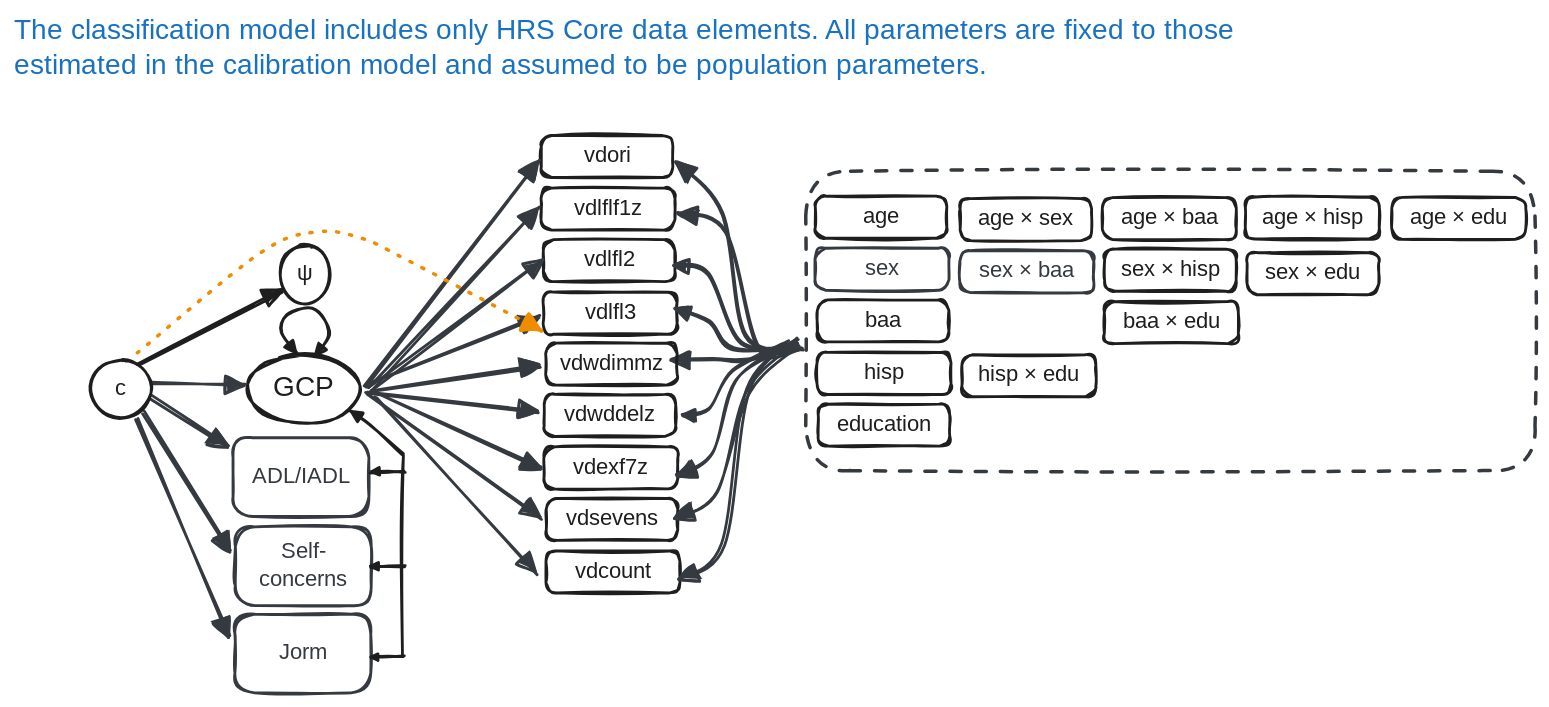
Before: R/excalidraw/PMM-012-Classification_Model.excalidraw.svg, a diagram exported from Excalidraw (dougtommet/HRS_cog_classification). Source tidied: one line per element, renumbered; positions are measured from the earlier drawing's top-left corner, leaving out a move shared by most shapes.
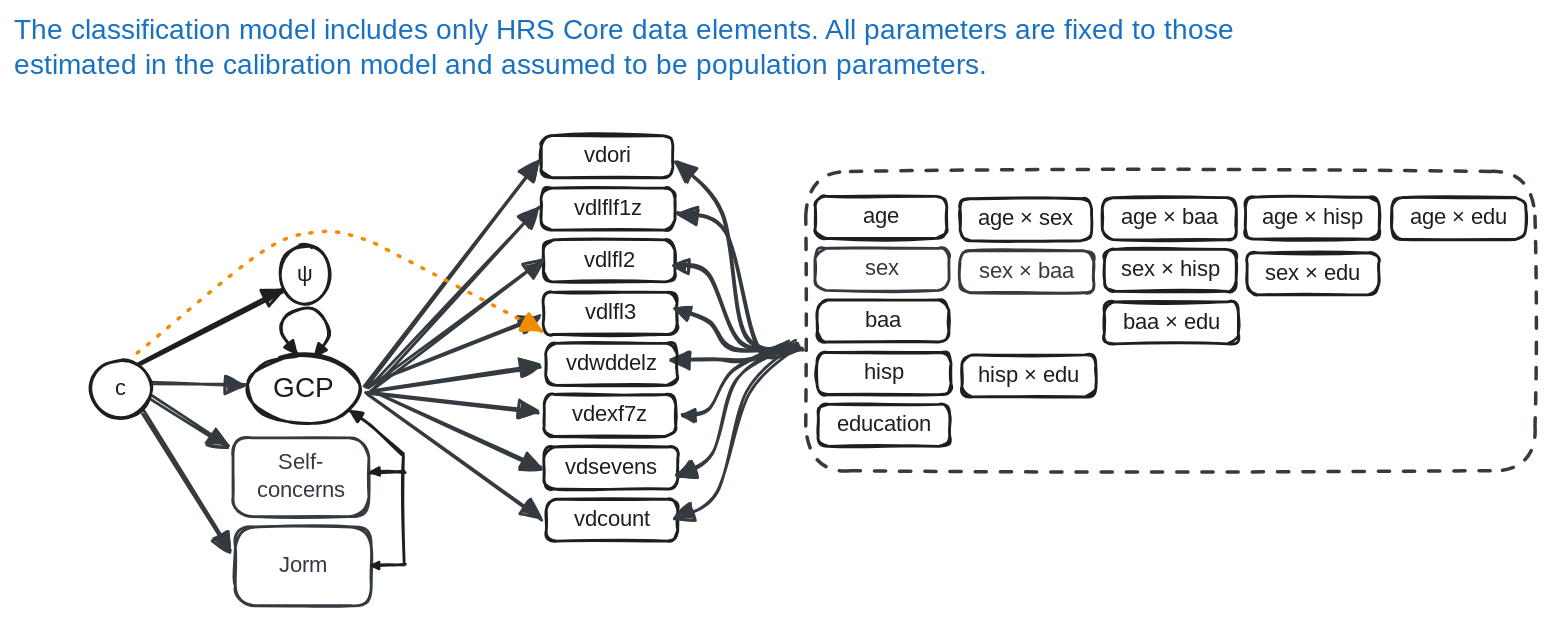
The same file after the commit.

Diff of the diagram source:
```diff
@@ -5,7 +5,7 @@
 {"id": 4, "type": "rectangle", "strokeColor": "#1e1e1e", "strokeWidth": 2, "roughness": 1, "round": true, "x": 572, "y": 130, "width": 94, "height": 30}
 {"id": 5, "type": "text", "text": "age", "strokeColor": "#1e1e1e", "strokeWidth": 2, "roughness": 1, "fontSize": 16, "fontFamily": 5, "textAlign": "center", "verticalAlign": "middle", "inside": 4, "x": 608, "y": 135, "width": 22, "height": 20}
 {"id": 6, "type": "rectangle", "strokeColor": "#1e1e1e", "strokeWidth": 2, "roughness": 1, "round": true, "x": 379, "y": 272, "width": 94, "height": 30}
-{"id": 7, "type": "text", "text": "vdwddelz", "strokeColor": "#1e1e1e", "strokeWidth": 2, "roughness": 1, "fontSize": 16, "fontFamily": 5, "textAlign": "center", "verticalAlign": "middle", "inside": 6, "x": 391, "y": 277, "width": 70, "height": 20}
+{"id": 7, "type": "text", "text": "vdexf7z", "strokeColor": "#1e1e1e", "strokeWidth": 2, "roughness": 1, "fontSize": 16, "fontFamily": 5, "textAlign": "center", "verticalAlign": "middle", "inside": 6, "x": 395, "y": 277, "width": 62, "height": 20}
 {"id": 8, "type": "rectangle", "strokeColor": "#1e1e1e", "strokeWidth": 2, "roughness": 1, "round": true, "x": 574, "y": 279, "width": 94, "height": 30}
 {"id": 9, "type": "text", "text": "education", "strokeColor": "#1e1e1e", "strokeWidth": 2, "roughness": 1, "fontSize": 16, "fontFamily": 5, "textAlign": "center", "verticalAlign": "middle", "inside": 8, "x": 584, "y": 284, "width": 75, "height": 20}
 {"id": 10, "type": "rectangle", "strokeColor": "#1e1e1e", "strokeWidth": 2, "roughness": 1, "round": true, "x": 378, "y": 161, "width": 94, "height": 30}
@@ -13,19 +13,17 @@
 {"id": 12, "type": "rectangle", "strokeColor": "#1e1e1e", "strokeWidth": 2, "roughness": 1, "round": true, "x": 574, "y": 204, "width": 94, "height": 30}
 {"id": 13, "type": "text", "text": "baa", "strokeColor": "#1e1e1e", "strokeWidth": 2, "roughness": 1, "fontSize": 16, "fontFamily": 5, "textAlign": "center", "verticalAlign": "middle", "inside": 12, "x": 610, "y": 209, "width": 22, "height": 20}
 {"id": 14, "type": "rectangle", "strokeColor": "#1e1e1e", "strokeWidth": 2, "roughness": 1, "round": true, "x": 380, "y": 346, "width": 94, "height": 30}
-{"id": 15, "type": "text", "text": "vdsevens", "strokeColor": "#1e1e1e", "strokeWidth": 2, "roughness": 1, "fontSize": 16, "fontFamily": 5, "textAlign": "center", "verticalAlign": "middle", "inside": 14, "x": 392, "y": 351, "width": 69, "height": 20}
+{"id": 15, "type": "text", "text": "vdcount", "strokeColor": "#1e1e1e", "strokeWidth": 2, "roughness": 1, "fontSize": 16, "fontFamily": 5, "textAlign": "center", "verticalAlign": "middle", "inside": 14, "x": 396, "y": 351, "width": 62, "height": 20}
 {"id": 16, "type": "rectangle", "strokeColor": "#1e1e1e", "strokeWidth": 2, "roughness": 1, "round": true, "x": 376, "y": 124, "width": 96, "height": 30}
 {"id": 17, "type": "text", "text": "vdlflf1z", "strokeColor": "#1e1e1e", "strokeWidth": 2, "roughness": 1, "fontSize": 16, "fontFamily": 5, "textAlign": "center", "verticalAlign": "middle", "inside": 16, "x": 399, "y": 129, "width": 50, "height": 20}
 {"id": 18, "type": "rectangle", "strokeColor": "#343a40", "strokeWidth": 2, "roughness": 1, "round": true, "x": 572, "y": 167, "width": 96, "height": 30}
 {"id": 19, "type": "text", "text": "sex", "strokeColor": "#343a40", "strokeWidth": 2, "roughness": 1, "fontSize": 16, "fontFamily": 5, "textAlign": "center", "verticalAlign": "middle", "inside": 18, "x": 609, "y": 172, "width": 21, "height": 20}
 {"id": 20, "type": "rectangle", "strokeColor": "#1e1e1e", "strokeWidth": 2, "roughness": 1, "round": true, "x": 379, "y": 309, "width": 96, "height": 30}
-{"id": 21, "type": "text", "text": "vdexf7z", "strokeColor": "#1e1e1e", "strokeWidth": 2, "roughness": 1, "fontSize": 16, "fontFamily": 5, "textAlign": "center", "verticalAlign": "middle", "inside": 20, "x": 395, "y": 314, "width": 62, "height": 20}
+{"id": 21, "type": "text", "text": "vdsevens", "strokeColor": "#1e1e1e", "strokeWidth": 2, "roughness": 1, "fontSize": 16, "fontFamily": 5, "textAlign": "center", "verticalAlign": "middle", "inside": 20, "x": 392, "y": 314, "width": 69, "height": 20}
 {"id": 22, "type": "rectangle", "strokeColor": "#1e1e1e", "strokeWidth": 2, "roughness": 1, "round": true, "x": 378, "y": 199, "width": 96, "height": 30}
 {"id": 23, "type": "text", "text": "vdlfl3", "strokeColor": "#1e1e1e", "strokeWidth": 2, "roughness": 1, "fontSize": 16, "fontFamily": 5, "textAlign": "center", "verticalAlign": "middle", "inside": 22, "x": 407, "y": 204, "width": 37, "height": 20}
 {"id": 24, "type": "rectangle", "strokeColor": "#1e1e1e", "strokeWidth": 2, "roughness": 1, "round": true, "x": 574, "y": 242, "width": 96, "height": 30}
 {"id": 25, "type": "text", "text": "hisp", "strokeColor": "#1e1e1e", "strokeWidth": 2, "roughness": 1, "fontSize": 16, "fontFamily": 5, "textAlign": "center", "verticalAlign": "middle", "inside": 24, "x": 608, "y": 247, "width": 27, "height": 20}
-{"id": 26, "type": "rectangle", "strokeColor": "#1e1e1e", "strokeWidth": 2, "roughness": 1, "round": true, "x": 380, "y": 384, "width": 96, "height": 30}
-{"id": 27, "type": "text", "text": "vdcount", "strokeColor": "#1e1e1e", "strokeWidth": 2, "roughness": 1, "fontSize": 16, "fontFamily": 5, "textAlign": "center", "verticalAlign": "middle", "inside": 26, "x": 397, "y": 389, "width": 62, "height": 20}
 {"id": 28, "type": "rectangle", "strokeColor": "#1e1e1e", "strokeWidth": 2, "roughness": 1, "round": true, "x": 676, "y": 132, "width": 94, "height": 30}
 {"id": 29, "type": "text", "text": "age × sex", "strokeColor": "#1e1e1e", "strokeWidth": 2, "roughness": 1, "fontSize": 16, "fontFamily": 5, "textAlign": "center", "verticalAlign": "middle", "inside": 28, "x": 685, "y": 137, "width": 75, "height": 20}
 {"id": 30, "type": "rectangle", "strokeColor": "#1e1e1e", "strokeWidth": 2, "roughness": 1, "round": true, "x": 779, "y": 168, "width": 94, "height": 30}
@@ -50,20 +48,16 @@
 {"id": 49, "type": "arrow", "strokeColor": "#343a40", "strokeWidth": 2, "roughness": 1, "endArrowhead": "triangle", "round": true, "from": 0, "to": 6, "x": 254, "y": 271, "width": 120, "height": 13, "points": [[0, 0], [120, 13]]}
 {"id": 50, "type": "arrow", "strokeColor": "#343a40", "strokeWidth": 2, "roughness": 1, "endArrowhead": "triangle", "round": true, "to": 78, "x": 255, "y": 268, "width": 120, "height": 17, "points": [[0, 0], [120, -17]]}
 {"id": 51, "type": "arrow", "strokeColor": "#343a40", "strokeWidth": 2, "roughness": 1, "endArrowhead": "triangle", "round": true, "from": 0, "to": 20, "x": 257, "y": 269, "width": 119, "height": 55, "points": [[0, 0], [119, 55]]}
-{"id": 52, "type": "arrow", "strokeColor": "#343a40", "strokeWidth": 2, "roughness": 1, "endArrowhead": "triangle", "round": true, "from": 0, "to": 14, "x": 251, "y": 272, "width": 125, "height": 89, "points": [[0, 0], [125, 89]]}
+{"id": 52, "type": "arrow", "strokeColor": "#343a40", "strokeWidth": 2, "roughness": 1, "endArrowhead": "triangle", "round": true, "from": 0, "to": 14, "x": 251, "y": 272, "width": 126, "height": 89, "points": [[0, 0], [126, 89]]}
-{"id": 53, "type": "arrow", "strokeColor": "#343a40", "strokeWidth": 2, "roughness": 1, "endArrowhead": "triangle", "round": true, "from": 0, "to": 26, "x": 259, "y": 273, "width": 115, "height": 127, "points": [[0, 0], [115, 127]]}
 {"id": 54, "type": "rectangle", "strokeColor": "#343a40", "strokeWidth": 2, "roughness": 1, "round": true, "x": 158, "y": 366, "width": 97, "height": 56}
-{"id": 55, "type": "text", "text": "Self-\nconcerns", "strokeColor": "#343a40", "strokeWidth": 2, "roughness": 1, "fontSize": 16, "fontFamily": 5, "textAlign": "center", "verticalAlign": "middle", "inside": 54, "x": 173, "y": 374, "width": 66, "height": 40}
+{"id": 55, "type": "text", "text": "Jorm", "strokeColor": "#343a40", "strokeWidth": 2, "roughness": 1, "fontSize": 16, "fontFamily": 5, "textAlign": "center", "verticalAlign": "middle", "inside": 54, "x": 189, "y": 384, "width": 36, "height": 20}
 {"id": 56, "type": "rectangle", "strokeColor": "#343a40", "strokeWidth": 2, "roughness": 1, "round": true, "x": 156, "y": 303, "width": 97, "height": 56}
-{"id": 57, "type": "text", "text": "ADL/IADL", "strokeColor": "#343a40", "strokeWidth": 2, "roughness": 1, "fontSize": 16, "fontFamily": 5, "textAlign": "center", "verticalAlign": "middle", "inside": 56, "x": 167, "y": 321, "width": 76, "height": 20}
+{"id": 57, "type": "text", "text": "Self-\nconcerns", "strokeColor": "#343a40", "strokeWidth": 2, "roughness": 1, "fontSize": 16, "fontFamily": 5, "textAlign": "center", "verticalAlign": "middle", "inside": 56, "x": 172, "y": 311, "width": 66, "height": 40}
 {"id": 58, "type": "arrow", "strokeColor": "#343a40", "strokeWidth": 2, "roughness": 1, "endArrowhead": "triangle", "round": true, "from": 61, "to": 56, "x": 99, "y": 273, "width": 54, "height": 36, "points": [[0, 0], [54, 36]]}
 {"id": 59, "type": "arrow", "strokeColor": "#343a40", "strokeWidth": 2, "roughness": 1, "endArrowhead": "triangle", "round": true, "from": 61, "to": 54, "x": 92, "y": 284, "width": 61, "height": 99, "points": [[0, 0], [61, 99]]}
 {"id": 60, "type": "arrow", "strokeColor": "#343a40", "strokeWidth": 2, "roughness": 1, "endArrowhead": "triangle", "round": true, "from": 61, "to": 0, "x": 99, "y": 264, "width": 66, "height": 1, "points": [[0, 0], [66, 1]]}
 {"id": 61, "type": "ellipse", "strokeColor": "#1e1e1e", "strokeWidth": 2, "roughness": 1, "x": 54, "y": 247, "width": 44, "height": 42}
 {"id": 62, "type": "text", "text": "c", "strokeColor": "#1e1e1e", "strokeWidth": 2, "roughness": 1, "fontSize": 16, "fontFamily": 5, "textAlign": "center", "verticalAlign": "middle", "inside": 61, "x": 73, "y": 258, "width": 7, "height": 20}
-{"id": 63, "type": "rectangle", "strokeColor": "#343a40", "strokeWidth": 2, "roughness": 1, "round": true, "x": 158, "y": 429, "width": 97, "height": 56}
-{"id": 64, "type": "text", "text": "Jorm", "strokeColor": "#343a40", "strokeWidth": 2, "roughness": 1, "fontSize": 16, "fontFamily": 5, "textAlign": "center", "verticalAlign": "middle", "inside": 63, "x": 190, "y": 447, "width": 32, "height": 20}
-{"id": 65, "type": "arrow", "strokeColor": "#343a40", "strokeWidth": 2, "roughness": 1, "endArrowhead": "triangle", "round": true, "from": 61, "to": 63, "x": 88, "y": 289, "width": 66, "height": 155, "points": [[0, 0], [66, 155]]}
 {"id": 66, "type": "ellipse", "strokeColor": "#1e1e1e", "strokeWidth": 2, "roughness": 1, "x": 190, "y": 165, "width": 35, "height": 42}
 {"id": 67, "type": "text", "text": "ψ", "strokeColor": "#1e1e1e", "strokeWidth": 2, "roughness": 1, "fontSize": 16, "fontFamily": 5, "textAlign": "center", "verticalAlign": "middle", "inside": 66, "x": 202, "y": 176, "width": 12, "height": 20}
 {"id": 68, "type": "arrow", "strokeColor": "#1e1e1e", "strokeWidth": 2, "roughness": 1, "endArrowhead": "triangle", "round": true, "from": 61, "to": 66, "x": 89, "y": 250, "width": 101, "height": 52, "points": [[0, 0], [101, -52]]}
@@ -72,17 +66,15 @@
 {"id": 71, "type": "arrow", "strokeColor": "#343a40", "angle": 0.01, "strokeWidth": 2, "roughness": 1, "endArrowhead": "triangle", "round": true, "x": 560, "y": 236, "width": 87, "height": 57, "points": [[0, 0], [-41, -1], [-64, -51], [-87, -57]]}
 {"id": 72, "type": "arrow", "strokeColor": "#343a40", "angle": 0.08, "strokeWidth": 2, "roughness": 1, "endArrowhead": "triangle", "round": true, "x": 564, "y": 237, "width": 91, "height": 24, "points": [[0, 0], [-48, 2], [-68, -16], [-91, -22]]}
 {"id": 73, "type": "arrow", "strokeColor": "#343a40", "angle": 0.08, "strokeWidth": 2, "roughness": 1, "endArrowhead": "triangle", "round": true, "x": 559, "y": 237, "width": 88, "height": 14, "points": [[0, 0], [-38, 9], [-59, 12], [-88, 14]]}
-{"id": 74, "type": "arrow", "strokeColor": "#343a40", "strokeWidth": 2, "roughness": 1, "endArrowhead": "triangle", "round": true, "x": 559, "y": 232, "width": 84, "height": 172, "points": [[0, 0], [-35, 36], [-53, 147], [-84, 172]]}
 {"id": 75, "type": "arrow", "strokeColor": "#343a40", "strokeWidth": 2, "roughness": 1, "endArrowhead": "triangle", "round": true, "x": 560, "y": 236, "width": 87, "height": 124, "points": [[0, 0], [-36, 35], [-57, 106], [-87, 124]]}
 {"id": 76, "type": "arrow", "strokeColor": "#343a40", "strokeWidth": 2, "roughness": 1, "endArrowhead": "triangle", "round": true, "x": 560, "y": 233, "width": 87, "height": 96, "points": [[0, 0], [-42, 28], [-62, 80], [-87, 96]]}
 {"id": 77, "type": "arrow", "strokeColor": "#343a40", "strokeWidth": 2, "roughness": 1, "endArrowhead": "triangle", "round": true, "to": 6, "x": 554, "y": 235, "width": 77, "height": 51, "points": [[0, 0], [-41, 20], [-57, 47], [-77, 51]]}
 {"id": 78, "type": "rectangle", "strokeColor": "#1e1e1e", "strokeWidth": 2, "roughness": 1, "round": true, "x": 380, "y": 235, "width": 94, "height": 30}
-{"id": 79, "type": "text", "text": "vdwdimmz", "strokeColor": "#1e1e1e", "strokeWidth": 2, "roughness": 1, "fontSize": 16, "fontFamily": 5, "textAlign": "center", "verticalAlign": "middle", "inside": 78, "x": 391, "y": 240, "width": 72, "height": 20}
+{"id": 79, "type": "text", "text": "vdwddelz", "strokeColor": "#1e1e1e", "strokeWidth": 2, "roughness": 1, "fontSize": 16, "fontFamily": 5, "textAlign": "center", "verticalAlign": "middle", "inside": 78, "x": 392, "y": 240, "width": 70, "height": 20}
 {"id": 80, "type": "arrow", "strokeColor": "#1e1e1e", "angle": 4.74, "strokeWidth": 2, "roughness": 1, "startArrowhead": "triangle", "endArrowhead": "triangle", "round": true, "x": 193, "y": 221, "width": 34, "height": 34, "points": [[0, 0], [14, -11], [26, -8], [33, 8], [27, 18], [13, 23], [-2, 14]]}
 {"id": 81, "type": "arrow", "strokeColor": "#1e1e1e", "strokeWidth": 2, "roughness": 1, "endArrowhead": "triangle", "round": true, "to": 0, "x": 278, "y": 314, "width": 38, "height": 31, "points": [[0, 0], [-24, -21], [-38, -31]]}
-{"id": 82, "type": "line", "strokeColor": "#1e1e1e", "strokeWidth": 2, "roughness": 1, "x": 278, "y": 315, "width": 1, "height": 143, "points": [[0, 0], [-1, 143]]}
+{"id": 82, "type": "line", "strokeColor": "#1e1e1e", "strokeWidth": 2, "roughness": 1, "x": 278, "y": 315, "width": 1, "height": 77, "points": [[0, 0], [1, 77]]}
-{"id": 83, "type": "arrow", "strokeColor": "#1e1e1e", "strokeWidth": 2, "roughness": 1, "endArrowhead": "triangle", "round": true, "to": 63, "x": 278, "y": 459, "width": 23, "height": 0, "points": [[0, 0], [-11, 0], [-23, 0]]}
+{"id": 83, "type": "arrow", "strokeColor": "#1e1e1e", "strokeWidth": 2, "roughness": 1, "endArrowhead": "triangle", "round": true, "x": 279, "y": 394, "width": 23, "height": 0, "points": [[0, 0], [-11, 0], [-23, 0]]}
-{"id": 84, "type": "arrow", "strokeColor": "#1e1e1e", "strokeWidth": 2, "roughness": 1, "endArrowhead": "triangle", "round": true, "x": 279, "y": 395, "width": 24, "height": 1, "points": [[0, 0], [-11, 0], [-24, 1]]}
 {"id": 85, "type": "arrow", "strokeColor": "#1e1e1e", "strokeWidth": 2, "roughness": 1, "endArrowhead": "triangle", "round": true, "x": 279, "y": 327, "width": 24, "height": 1, "points": [[0, 0], [-11, 0], [-24, 1]]}
 {"id": 86, "type": "arrow", "strokeColor": "#f08c00", "strokeWidth": 2, "strokeStyle": "dotted", "roughness": 1, "endArrowhead": "triangle", "round": true, "from": 61, "to": 78, "x": 88, "y": 241, "width": 289, "height": 87, "points": [[0, 0], [88, -71], [129, -87], [159, -81], [192, -65], [289, -15]]}
 {"id": 87, "type": "text", "text": "The classification model includes only HRS Core data elements. All parameters are fixed to those\nestimated in the calibration model and assumed to be population parameters.", "strokeColor": "#1971c2", "strokeWidth": 2, "roughness": 1, "fontSize": 20, "fontFamily": 5, "x": 0, "y": 0, "width": 998, "height": 50}
```
